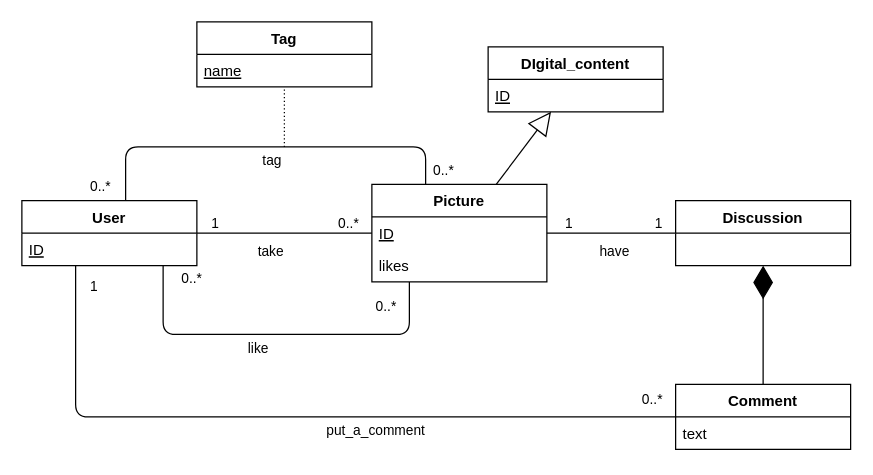
Before: HMIN122M - Entrepôts de Données et Big-Data/Rappels Modèle Relationnel - UML - Optimisation/Interactions.drawio in lamouchiambre/AIGLE-M1-S1, a draw.io diagram. Source tidied: cells renumbered, new cells numbered last; positions are measured from the earlier drawing's top-left corner, leaving out a move shared by most shapes. Both pictures are drawn from the tidied source at 125%, with x=0, y=0 at pixel (21, 21).
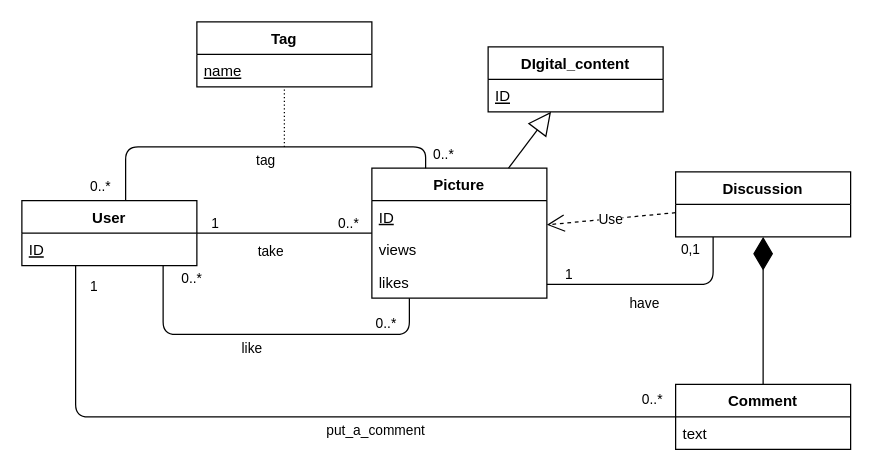
The same page after the edit.

Diff of the diagram source:
```diff
@@
     <mxCell id="15" style="endArrow=none;html=1;edgeStyle=orthogonalEdgeStyle;" parent="1" edge="1" source="34" target="26">
-      <mxGeometry relative="1" as="geometry" />
+      <mxGeometry relative="1" as="geometry">
+        <Array as="points">
+          <mxPoint x="553" y="210" />
+        </Array>
+      </mxGeometry>
     </mxCell>
@@
-    <mxCell id="17" value="1" style="edgeLabel;html=1;align=right;verticalAlign=bottom;" parent="15" vertex="1">
+    <mxCell id="17" value="0,1" style="edgeLabel;html=1;align=right;verticalAlign=bottom;" parent="15" vertex="1">
       <mxGeometry x="1" relative="1" as="geometry">
-        <mxPoint x="-10" as="offset" />
+        <mxPoint x="-10" y="18" as="offset" />
       </mxGeometry>
     </mxCell>
@@
-    <mxCell id="26" value="Discussion" style="swimlane;fontStyle=1;horizontal=1;startSize=26;fillColor=none;" parent="1" vertex="1">
-      <mxGeometry x="523" y="143" width="140" height="52" as="geometry" />
-    </mxCell>
@@
     <mxCell id="34" value="Picture" style="swimlane;fontStyle=1;horizontal=1;startSize=26;fillColor=none;" parent="1" vertex="1">
-      <mxGeometry x="280" y="130" width="140" height="78" as="geometry" />
+      <mxGeometry x="280" y="117" width="140" height="104" as="geometry" />
     </mxCell>
@@
+    <mxCell id="37" value="views" style="text;strokeColor=none;fillColor=none;align=left;verticalAlign=top;spacingLeft=4;spacingRight=4;overflow=hidden;" parent="34" vertex="1">
+      <mxGeometry y="52" width="140" height="26" as="geometry" />
+    </mxCell>
     <mxCell id="36" value="likes" style="text;strokeColor=none;fillColor=none;align=left;verticalAlign=top;spacingLeft=4;spacingRight=4;overflow=hidden;" parent="34" vertex="1">
-      <mxGeometry y="52" width="140" height="26" as="geometry" />
+      <mxGeometry y="78" width="140" height="26" as="geometry" />
     </mxCell>
+    <mxCell id="38" value="Use" style="endArrow=open;endSize=12;dashed=1;html=1;" parent="1" edge="1" source="26" target="34">
+      <mxGeometry relative="1" as="geometry" />
+    </mxCell>
+    <mxCell id="26" value="Discussion" style="swimlane;fontStyle=1;horizontal=1;startSize=26;fillColor=none;" parent="1" vertex="1">
+      <mxGeometry x="523" y="120" width="140" height="52" as="geometry" />
+    </mxCell>
```
